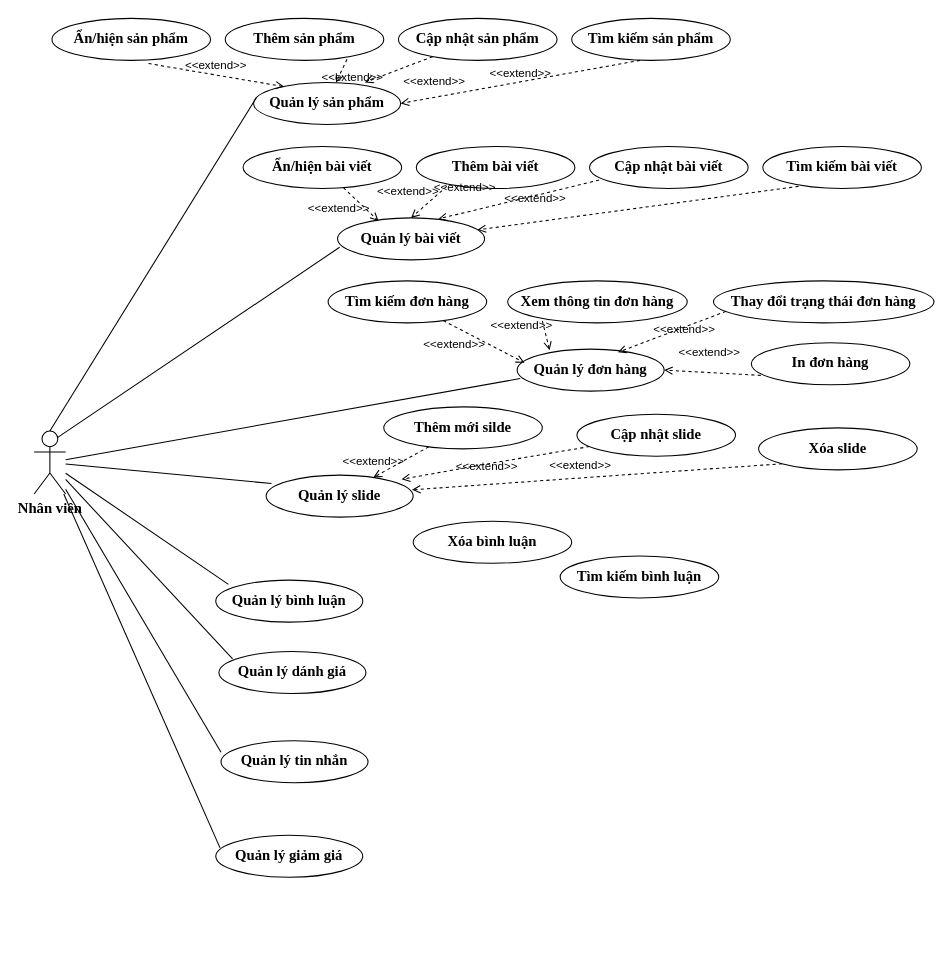
Above: page "uc nhan vien" (1 of 3) of Biểu đồ không có tiêu đề.drawio in tongdat27/C- (draw.io), before the change. Source tidied: cells renumbered, new cells numbered last; positions are measured from the earlier drawing's top-left corner, leaving out a move shared by most shapes. Both pictures are drawn from the tidied source at 105%, with x=0, y=0 at pixel (34, 18).
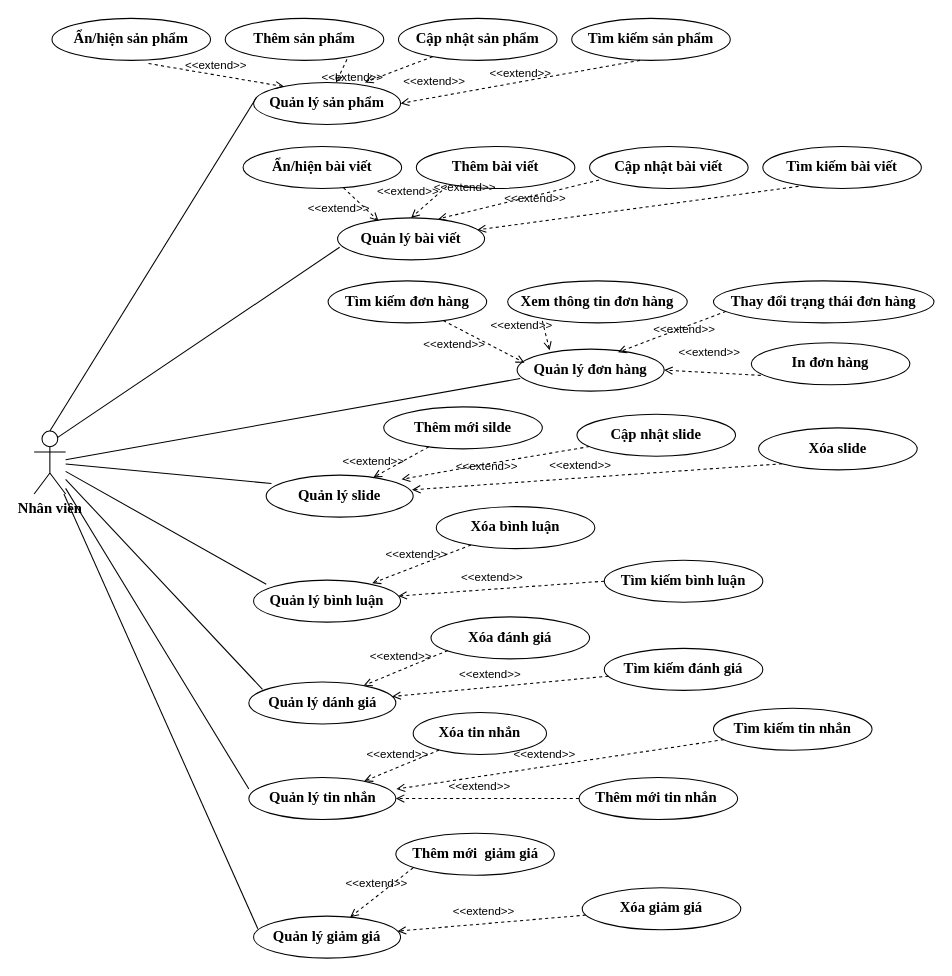
After the change.

Commit message:
Cập nhật Biểu đồ không có tiêu đề.drawio

What changed in the source:
```diff
@@
     <mxCell id="7" value="&lt;span style=&quot;font-size: 14px;&quot;&gt;Quản lý bình luận&lt;/span&gt;" style="ellipse;whiteSpace=wrap;html=1;fontFamily=Times New Roman;fontSize=14;labelBackgroundColor=default;fontColor=#000000;fontStyle=1;labelBorderColor=none;" parent="1" vertex="1">
-      <mxGeometry x="173" y="535" width="140" height="40" as="geometry" />
+      <mxGeometry x="209" y="535" width="140" height="40" as="geometry" />
     </mxCell>
     <mxCell id="8" value="&lt;span style=&quot;font-size: 14px;&quot;&gt;Quản lý tin nhắn&lt;/span&gt;" style="ellipse;whiteSpace=wrap;html=1;fontFamily=Times New Roman;fontSize=14;labelBackgroundColor=default;fontColor=#000000;fontStyle=1;labelBorderColor=none;" parent="1" vertex="1">
-      <mxGeometry x="178" y="688" width="140" height="40" as="geometry" />
+      <mxGeometry x="204.5" y="723" width="140" height="40" as="geometry" />
     </mxCell>
     <mxCell id="9" value="&lt;span style=&quot;font-size: 14px;&quot;&gt;Quản lý giảm giá&lt;/span&gt;" style="ellipse;whiteSpace=wrap;html=1;fontFamily=Times New Roman;fontSize=14;labelBackgroundColor=default;fontColor=#000000;fontStyle=1;labelBorderColor=none;" parent="1" vertex="1">
-      <mxGeometry x="173" y="778" width="140" height="40" as="geometry" />
+      <mxGeometry x="209" y="855" width="140" height="40" as="geometry" />
     </mxCell>
     <mxCell id="10" value="&lt;span style=&quot;font-size: 14px;&quot;&gt;Quản lý dánh giá&lt;/span&gt;" style="ellipse;whiteSpace=wrap;html=1;fontFamily=Times New Roman;fontSize=14;labelBackgroundColor=default;fontColor=#000000;fontStyle=1;labelBorderColor=none;" parent="1" vertex="1">
-      <mxGeometry x="176" y="603" width="140" height="40" as="geometry" />
+      <mxGeometry x="204.5" y="632" width="140" height="40" as="geometry" />
     </mxCell>
@@
     <mxCell id="50" value="Xóa bình luận" style="ellipse;whiteSpace=wrap;html=1;fontFamily=Times New Roman;fontSize=14;labelBackgroundColor=default;fontColor=#000000;fontStyle=1;labelBorderColor=none;" parent="1" vertex="1">
-      <mxGeometry x="361" y="479" width="151" height="40" as="geometry" />
+      <mxGeometry x="383" y="465" width="151" height="40" as="geometry" />
     </mxCell>
     <mxCell id="51" value="Tìm kiếm bình luận" style="ellipse;whiteSpace=wrap;html=1;fontFamily=Times New Roman;fontSize=14;labelBackgroundColor=default;fontColor=#000000;fontStyle=1;labelBorderColor=none;" parent="1" vertex="1">
-      <mxGeometry x="501" y="512" width="151" height="40" as="geometry" />
+      <mxGeometry x="543" y="516" width="151" height="40" as="geometry" />
     </mxCell>
+    <mxCell id="52" value="&amp;lt;&amp;lt;extend&amp;gt;&amp;gt;" style="html=1;verticalAlign=bottom;labelBackgroundColor=none;endArrow=open;endFill=0;dashed=1;rounded=0;entryX=0.807;entryY=0.075;entryDx=0;entryDy=0;entryPerimeter=0;" parent="1" edge="1" source="50" target="7">
+      <mxGeometry x="0.09" y="-3" relative="1" as="geometry" />
+    </mxCell>
+    <mxCell id="53" value="&amp;lt;&amp;lt;extend&amp;gt;&amp;gt;" style="html=1;verticalAlign=bottom;labelBackgroundColor=none;endArrow=open;endFill=0;dashed=1;rounded=0;exitX=0;exitY=0.5;exitDx=0;exitDy=0;" parent="1" edge="1" source="51" target="7">
+      <mxGeometry x="0.09" y="-3" relative="1" as="geometry" />
+    </mxCell>
+    <mxCell id="54" value="Tìm kiếm đánh giá" style="ellipse;whiteSpace=wrap;html=1;fontFamily=Times New Roman;fontSize=14;labelBackgroundColor=default;fontColor=#000000;fontStyle=1;labelBorderColor=none;" parent="1" vertex="1">
+      <mxGeometry x="543" y="600" width="151" height="40" as="geometry" />
+    </mxCell>
+    <mxCell id="55" value="Xóa đánh giá" style="ellipse;whiteSpace=wrap;html=1;fontFamily=Times New Roman;fontSize=14;labelBackgroundColor=default;fontColor=#000000;fontStyle=1;labelBorderColor=none;" parent="1" vertex="1">
+      <mxGeometry x="378" y="570" width="151" height="40" as="geometry" />
+    </mxCell>
+    <mxCell id="56" value="&amp;lt;&amp;lt;extend&amp;gt;&amp;gt;" style="html=1;verticalAlign=bottom;labelBackgroundColor=none;endArrow=open;endFill=0;dashed=1;rounded=0;exitX=0.106;exitY=0.8;exitDx=0;exitDy=0;exitPerimeter=0;" parent="1" edge="1" source="55" target="10">
+      <mxGeometry x="0.09" y="-3" relative="1" as="geometry" />
+    </mxCell>
+    <mxCell id="57" value="&amp;lt;&amp;lt;extend&amp;gt;&amp;gt;" style="html=1;verticalAlign=bottom;labelBackgroundColor=none;endArrow=open;endFill=0;dashed=1;rounded=0;" parent="1" edge="1" source="54" target="10">
+      <mxGeometry x="0.09" y="-3" relative="1" as="geometry" />
+    </mxCell>
+    <mxCell id="58" value="Tìm kiếm tin nhắn" style="ellipse;whiteSpace=wrap;html=1;fontFamily=Times New Roman;fontSize=14;labelBackgroundColor=default;fontColor=#000000;fontStyle=1;labelBorderColor=none;" parent="1" vertex="1">
+      <mxGeometry x="647" y="657" width="151" height="40" as="geometry" />
+    </mxCell>
+    <mxCell id="59" value="Xóa tin nhắn" style="ellipse;whiteSpace=wrap;html=1;fontFamily=Times New Roman;fontSize=14;labelBackgroundColor=default;fontColor=#000000;fontStyle=1;labelBorderColor=none;" parent="1" vertex="1">
+      <mxGeometry x="361" y="661" width="127" height="40" as="geometry" />
+    </mxCell>
+    <mxCell id="60" value="&lt;span style=&quot;font-size: 14px;&quot;&gt;Thêm mới tin nhắn&amp;nbsp;&lt;/span&gt;" style="ellipse;whiteSpace=wrap;html=1;fontFamily=Times New Roman;fontSize=14;labelBackgroundColor=default;fontColor=#000000;fontStyle=1;labelBorderColor=none;" parent="1" vertex="1">
+      <mxGeometry x="519" y="723" width="151" height="40" as="geometry" />
+    </mxCell>
+    <mxCell id="61" value="&amp;lt;&amp;lt;extend&amp;gt;&amp;gt;" style="html=1;verticalAlign=bottom;labelBackgroundColor=none;endArrow=open;endFill=0;dashed=1;rounded=0;" parent="1" edge="1" source="59" target="8">
+      <mxGeometry x="0.09" y="-3" relative="1" as="geometry" />
+    </mxCell>
+    <mxCell id="62" value="&amp;lt;&amp;lt;extend&amp;gt;&amp;gt;" style="html=1;verticalAlign=bottom;labelBackgroundColor=none;endArrow=open;endFill=0;dashed=1;rounded=0;" parent="1" edge="1" source="60" target="8">
+      <mxGeometry x="0.09" y="-3" relative="1" as="geometry" />
+    </mxCell>
+    <mxCell id="63" value="&amp;lt;&amp;lt;extend&amp;gt;&amp;gt;" style="html=1;verticalAlign=bottom;labelBackgroundColor=none;endArrow=open;endFill=0;dashed=1;rounded=0;entryX=1.004;entryY=0.275;entryDx=0;entryDy=0;entryPerimeter=0;" parent="1" edge="1" source="58" target="8">
+      <mxGeometry x="0.09" y="-3" relative="1" as="geometry" />
+    </mxCell>
+    <mxCell id="64" value="&lt;span style=&quot;font-size: 14px;&quot;&gt;Thêm mới&amp;nbsp; giảm giá&lt;/span&gt;" style="ellipse;whiteSpace=wrap;html=1;fontFamily=Times New Roman;fontSize=14;labelBackgroundColor=default;fontColor=#000000;fontStyle=1;labelBorderColor=none;" parent="1" vertex="1">
+      <mxGeometry x="344.5" y="776" width="151" height="40" as="geometry" />
+    </mxCell>
+    <mxCell id="65" value="&lt;span style=&quot;font-size: 14px;&quot;&gt;Xóa giảm giá&lt;/span&gt;" style="ellipse;whiteSpace=wrap;html=1;fontFamily=Times New Roman;fontSize=14;labelBackgroundColor=default;fontColor=#000000;fontStyle=1;labelBorderColor=none;" parent="1" vertex="1">
+      <mxGeometry x="522" y="828" width="151" height="40" as="geometry" />
+    </mxCell>
+    <mxCell id="66" value="&amp;lt;&amp;lt;extend&amp;gt;&amp;gt;" style="html=1;verticalAlign=bottom;labelBackgroundColor=none;endArrow=open;endFill=0;dashed=1;rounded=0;exitX=0.109;exitY=0.825;exitDx=0;exitDy=0;exitPerimeter=0;entryX=0.657;entryY=0.025;entryDx=0;entryDy=0;entryPerimeter=0;" parent="1" edge="1" source="64" target="9">
+      <mxGeometry x="0.09" y="-3" relative="1" as="geometry" />
+    </mxCell>
+    <mxCell id="67" value="&amp;lt;&amp;lt;extend&amp;gt;&amp;gt;" style="html=1;verticalAlign=bottom;labelBackgroundColor=none;endArrow=open;endFill=0;dashed=1;rounded=0;" parent="1" edge="1" source="65" target="9">
+      <mxGeometry x="0.09" y="-3" relative="1" as="geometry" />
+    </mxCell>
```
